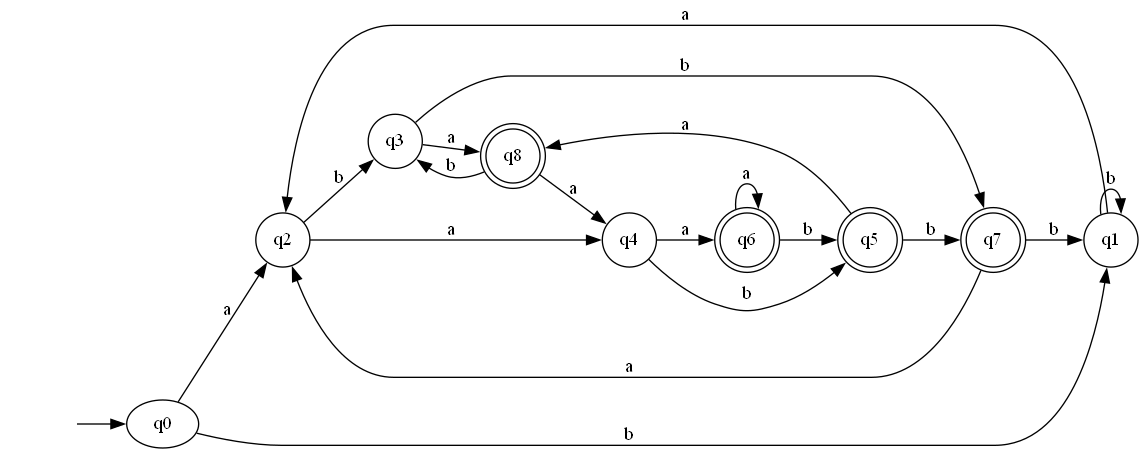
Before: DFA FROM SUBSETS.gv.png, a diagram exported from Graphviz (oscarparedez/compiler-project-1). Its source is kept beside it as DFA FROM SUBSETS.gv. Its diagram source:
```dot
digraph "DFA FROM SUBSETS" {
	graph [rankdir=LR]
	"" [label="" shape=plaintext]
	q8 [label=q8 shape=doublecircle]
	q7 [label=q7 shape=doublecircle]
	q5 [label=q5 shape=doublecircle]
	q6 [label=q6 shape=doublecircle]
	q2 [label=q2 shape=circle]
	q3 [label=q3 shape=circle]
	q1 [label=q1 shape=circle]
	q4 [label=q4 shape=circle]
	"" -> q0 [label=""]
	q0 -> q1 [label=b]
	q0 -> q2 [label=a]
	q2 -> q3 [label=b]
	q2 -> q4 [label=a]
	q4 -> q5 [label=b]
	q4 -> q6 [label=a]
	q6 -> q5 [label=b]
	q6 -> q6 [label=a]
	q5 -> q7 [label=b]
	q5 -> q8 [label=a]
	q8 -> q3 [label=b]
	q8 -> q4 [label=a]
	q7 -> q1 [label=b]
	q7 -> q2 [label=a]
	q3 -> q7 [label=b]
	q3 -> q8 [label=a]
	q1 -> q1 [label=b]
	q1 -> q2 [label=a]
}
```
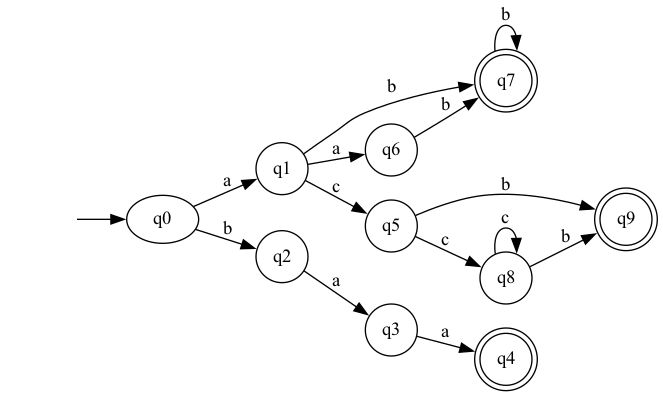
Later version of the same file.

What changed in the source:
```diff
@@ -1,31 +1,27 @@
 digraph "DFA FROM SUBSETS" {
 	graph [rankdir=LR]
 	"" [label="" shape=plaintext]
-	q8 [label=q8 shape=doublecircle]
+	q4 [label=q4 shape=doublecircle]
 	q7 [label=q7 shape=doublecircle]
-	q5 [label=q5 shape=doublecircle]
-	q6 [label=q6 shape=doublecircle]
+	q9 [label=q9 shape=doublecircle]
+	q1 [label=q1 shape=circle]
+	q6 [label=q6 shape=circle]
+	q5 [label=q5 shape=circle]
+	q3 [label=q3 shape=circle]
+	q8 [label=q8 shape=circle]
 	q2 [label=q2 shape=circle]
-	q3 [label=q3 shape=circle]
-	q1 [label=q1 shape=circle]
-	q4 [label=q4 shape=circle]
 	"" -> q0 [label=""]
-	q0 -> q1 [label=b]
-	q0 -> q2 [label=a]
-	q2 -> q3 [label=b]
-	q2 -> q4 [label=a]
-	q4 -> q5 [label=b]
-	q4 -> q6 [label=a]
-	q6 -> q5 [label=b]
-	q6 -> q6 [label=a]
-	q5 -> q7 [label=b]
-	q5 -> q8 [label=a]
-	q8 -> q3 [label=b]
-	q8 -> q4 [label=a]
-	q7 -> q1 [label=b]
-	q7 -> q2 [label=a]
-	q3 -> q7 [label=b]
-	q3 -> q8 [label=a]
-	q1 -> q1 [label=b]
-	q1 -> q2 [label=a]
+	q0 -> q1 [label=a]
+	q0 -> q2 [label=b]
+	q2 -> q3 [label=a]
+	q3 -> q4 [label=a]
+	q1 -> q5 [label=c]
+	q1 -> q6 [label=a]
+	q1 -> q7 [label=b]
+	q7 -> q7 [label=b]
+	q6 -> q7 [label=b]
+	q5 -> q8 [label=c]
+	q5 -> q9 [label=b]
+	q8 -> q8 [label=c]
+	q8 -> q9 [label=b]
 }
```
